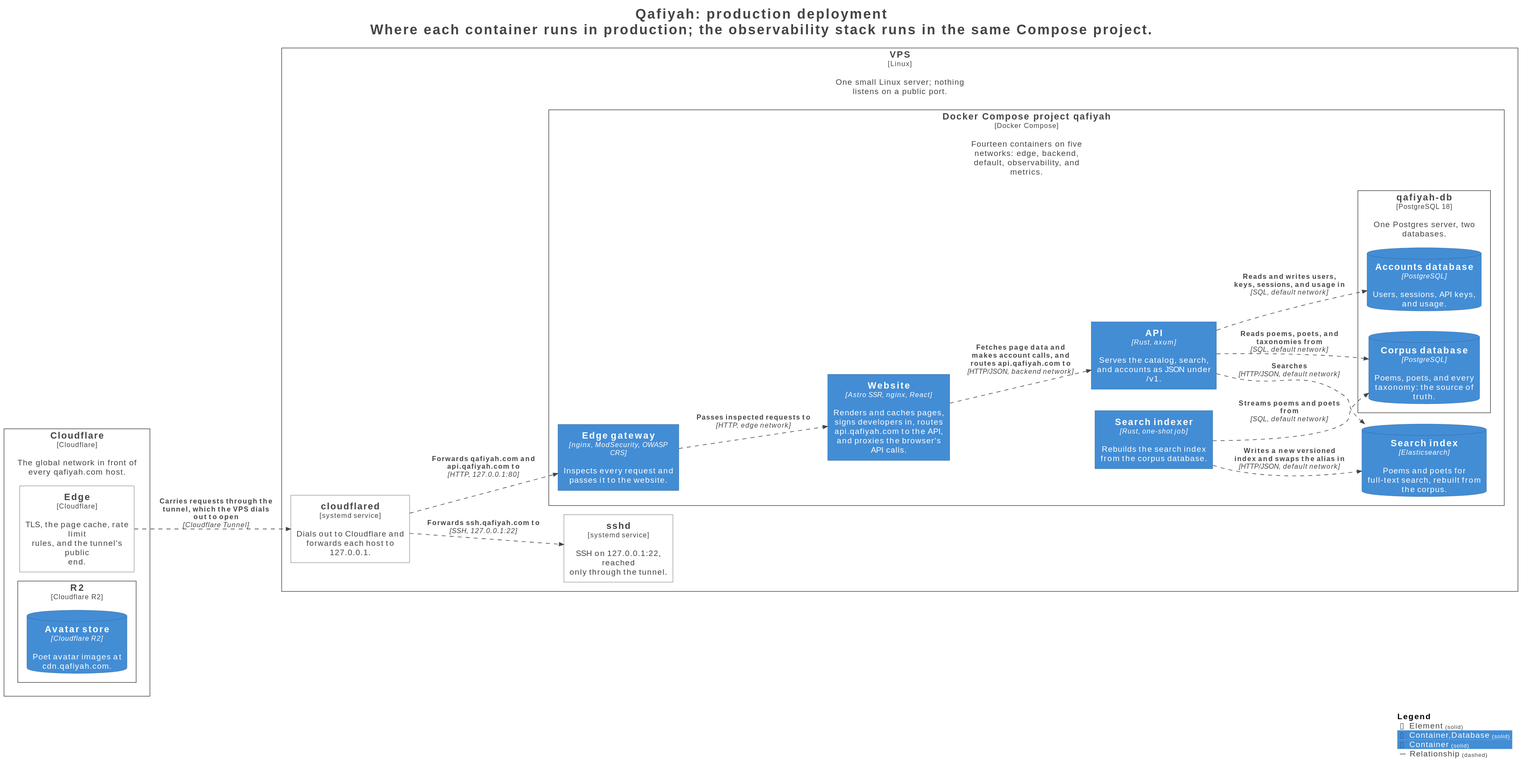
The PlantUML diagram docs/architecture/generated/structurizr/deployment.gen.svg in raaqimorg/qafiyah, before a commit.
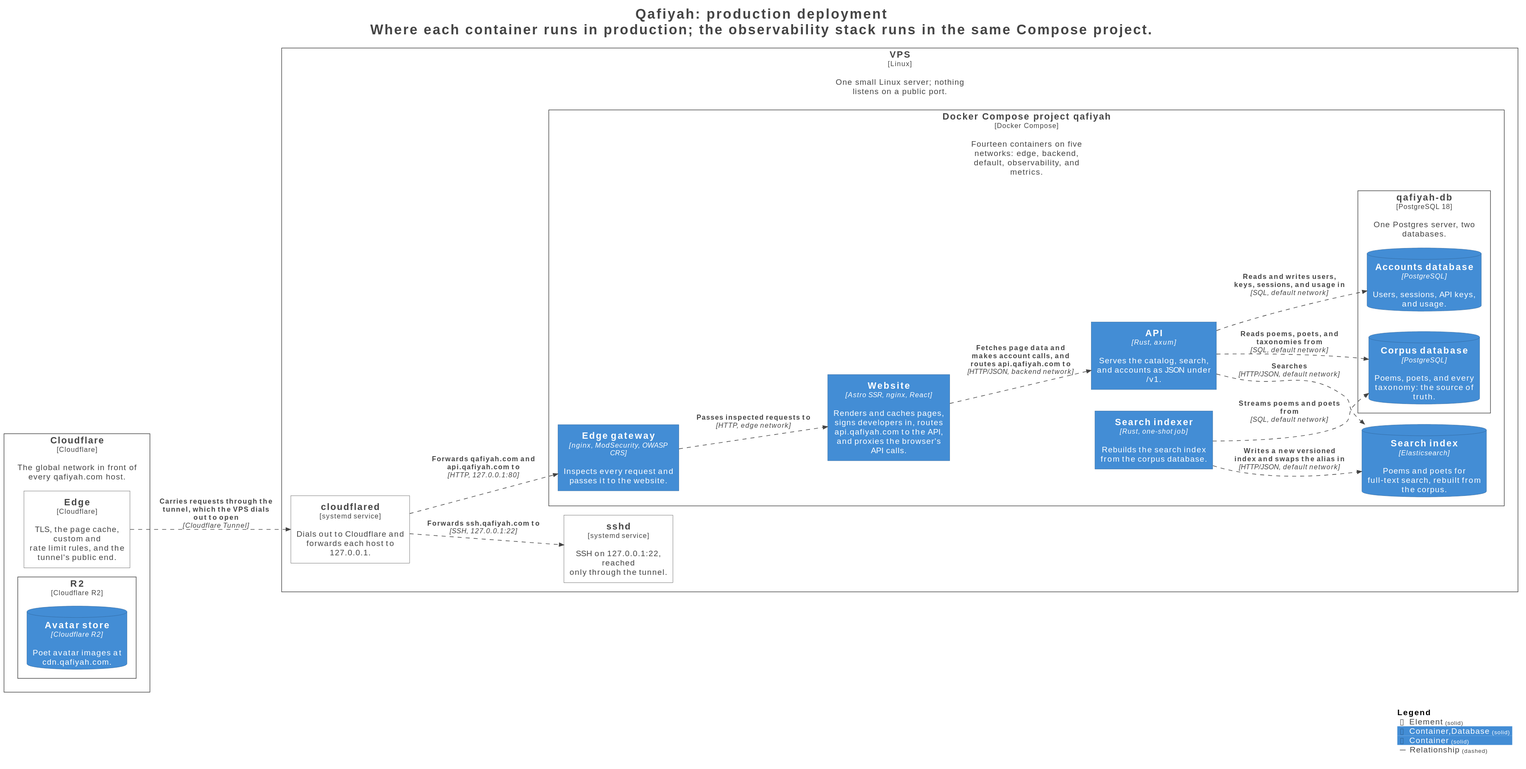
After the change.

Commit message:
docs(deployment): document the Cloudflare custom, rate limit, and cache rules of 2026-10-09 (#268)

What changed in the source:
```diff
@@ -25,7 +25,7 @@
 AddRelTag("Relationship", $textColor="#444444", $lineColor="#444444", $lineStyle = DashedLine())
 
 Deployment_Node(Production.Cloudflare, "Cloudflare", $type="Cloudflare", $descr="The global network in front of every qafiyah.com host.", $tags="Element", $link="") {
-  Deployment_Node(Production.Cloudflare.Edge, "Edge", $type="Cloudflare", $descr="TLS, the page cache, rate limit rules, and the tunnel's public end.", $tags="Element", $link="")
+  Deployment_Node(Production.Cloudflare.Edge, "Edge", $type="Cloudflare", $descr="TLS, the page cache, custom and rate limit rules, and the tunnel's public end.", $tags="Element", $link="")
   Deployment_Node(Production.Cloudflare.R2, "R2", $type="Cloudflare R2", $descr="", $tags="Element", $link="") {
     ContainerDb(Production.Cloudflare.R2.Avatarstore_1, "Avatar store", $techn="Cloudflare R2", $descr="Poet avatar images at cdn.qafiyah.com.", $tags="Container,Database", $link="")
   }
```
